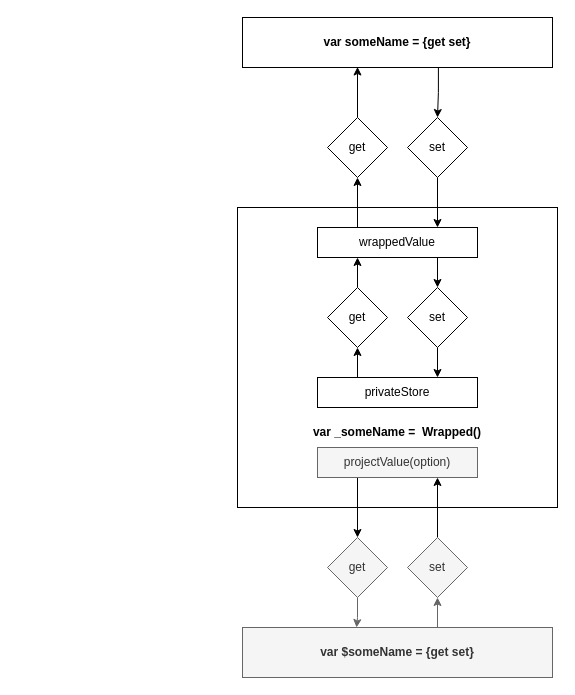
jyrnan/Diagram keeps this draw.io diagram as WrappedProperty.drawio. Above is the earlier version. Source tidied: cells renumbered, new cells numbered last; positions are measured from the earlier drawing's top-left corner, leaving out a move shared by most shapes. Both pictures are drawn from the tidied source at 100%, with x=0, y=0 at pixel (237, 17).
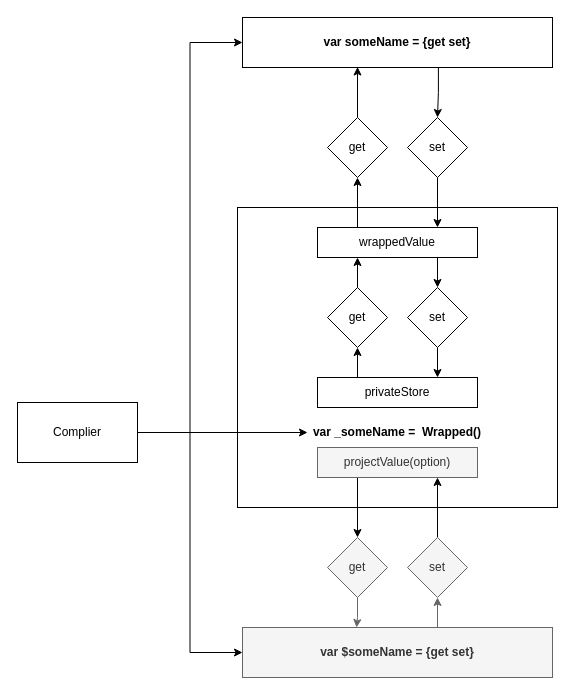
The same diagram, later.

Unchanged cells that the change refers to:
```xml
<mxCell id="4" value="&lt;b&gt;var someName = {get set}&lt;/b&gt;" style="rounded=0;whiteSpace=wrap;html=1;" parent="1" vertex="1">
  <mxGeometry x="5" width="310" height="50" as="geometry" />
</mxCell>
<mxCell id="20" value="&lt;b&gt;var $someName = {get set}&lt;/b&gt;" style="rounded=0;whiteSpace=wrap;html=1;fillColor=#f5f5f5;fontColor=#333333;strokeColor=#666666;" parent="1" vertex="1">
  <mxGeometry x="5" y="610" width="310" height="50" as="geometry" />
</mxCell>
```

What changed in the source:
```diff
@@
     <mxCell id="14" value="var _someName = &amp;nbsp;Wrapped()" style="text;html=1;align=center;verticalAlign=middle;whiteSpace=wrap;rounded=0;fontStyle=1;" parent="1" vertex="1">
-      <mxGeometry x="50" y="400" width="220" height="30" as="geometry" />
+      <mxGeometry x="70" y="400" width="180" height="30" as="geometry" />
     </mxCell>
@@
+    <mxCell id="27" style="edgeStyle=orthogonalEdgeStyle;rounded=0;jettySize=auto;html=1;exitX=1;exitY=0.5;exitDx=0;exitDy=0;entryX=0;entryY=0.5;entryDx=0;entryDy=0;" parent="1" edge="1" source="30" target="14">
+      <mxGeometry relative="1" as="geometry" />
+    </mxCell>
+    <mxCell id="28" style="edgeStyle=orthogonalEdgeStyle;rounded=0;jettySize=auto;html=1;exitX=1;exitY=0.5;exitDx=0;exitDy=0;entryX=0;entryY=0.5;entryDx=0;entryDy=0;" parent="1" edge="1" source="30" target="4">
+      <mxGeometry relative="1" as="geometry" />
+    </mxCell>
+    <mxCell id="29" style="edgeStyle=orthogonalEdgeStyle;rounded=0;jettySize=auto;html=1;exitX=1;exitY=0.5;exitDx=0;exitDy=0;entryX=0;entryY=0.5;entryDx=0;entryDy=0;" parent="1" edge="1" source="30" target="20">
+      <mxGeometry relative="1" as="geometry" />
+    </mxCell>
+    <mxCell id="30" value="Complier" style="rounded=0;whiteSpace=wrap;html=1;" parent="1" vertex="1">
+      <mxGeometry x="-220" y="385" width="120" height="60" as="geometry" />
+    </mxCell>
```
